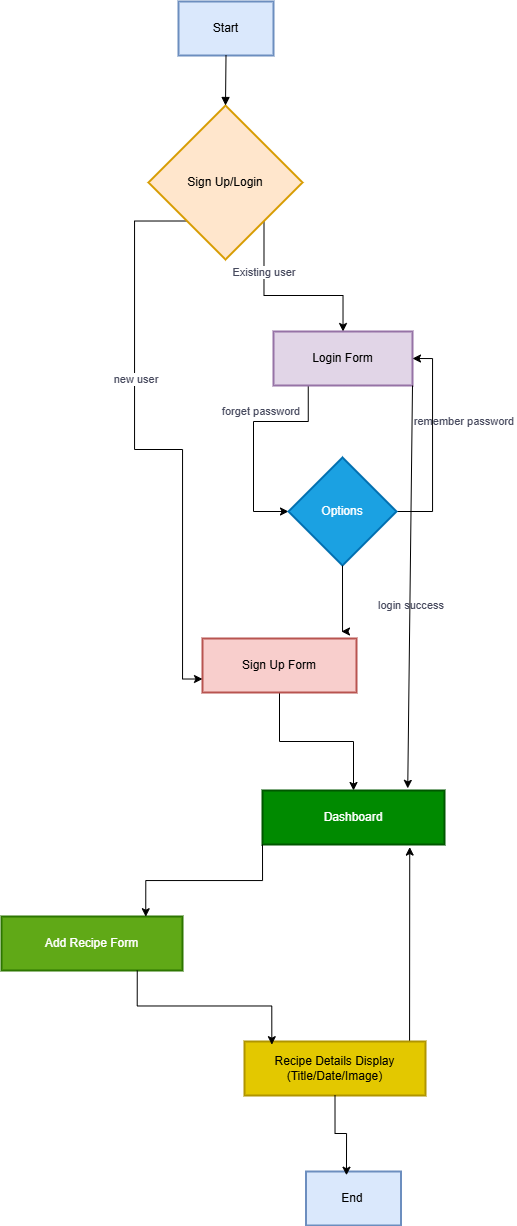
This is Flowchart/Cookipedia.drawio.png from nnnoufff/web-development, a draw.io export, as it was before one commit. Source tidied: cells renumbered, new cells last; positions are measured from the earlier drawing's top-left corner, leaving out a move shared by most shapes.
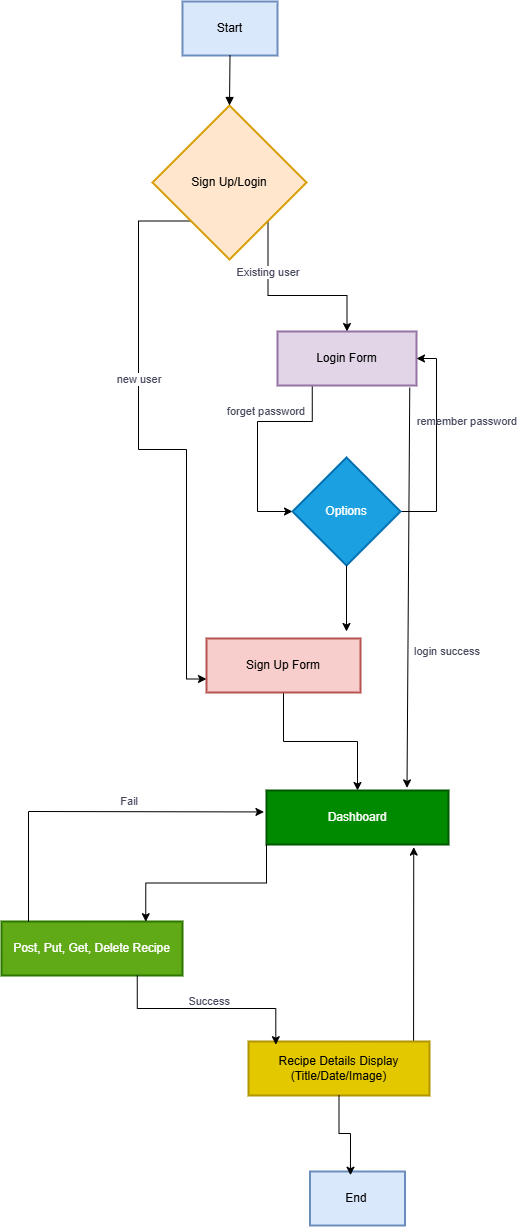
After the change.

The edit, as a diff of the source:
```diff
@@ -58,18 +58,20 @@
     <mxCell id="16" value="Options" style="rhombus;strokeWidth=2;whiteSpace=wrap;labelBackgroundColor=none;fillColor=#1ba1e2;strokeColor=#006EAF;fontColor=#ffffff;" parent="1" vertex="1">
       <mxGeometry x="287" y="456" width="108" height="108" as="geometry" />
     </mxCell>
-    <mxCell id="17" value="Add Recipe Form" style="whiteSpace=wrap;strokeWidth=2;labelBackgroundColor=none;fillColor=#60a917;strokeColor=#2D7600;fontColor=#ffffff;" parent="1" vertex="1">
-      <mxGeometry y="915" width="181" height="54" as="geometry" />
+    <mxCell id="17" value="Post, Put, Get, Delete Recipe" style="whiteSpace=wrap;strokeWidth=2;labelBackgroundColor=none;fillColor=#60a917;strokeColor=#2D7600;fontColor=#ffffff;" parent="1" vertex="1">
+      <mxGeometry x="-4" y="920" width="181" height="54" as="geometry" />
     </mxCell>
     <mxCell id="18" style="curved=1;startArrow=none;endArrow=block;exitX=0.5;exitY=1;entryX=0.5;entryY=0;rounded=0;labelBackgroundColor=none;fontColor=default;" parent="1" edge="1" source="2" target="7">
       <mxGeometry relative="1" as="geometry" />
     </mxCell>
-    <mxCell id="19" style="endArrow=classic;html=1;rounded=0;entryX=0.798;entryY=-0.039;entryDx=0;entryDy=0;entryPerimeter=0;exitX=1;exitY=1;exitDx=0;exitDy=0;labelBackgroundColor=none;fontColor=default;" parent="1" edge="1" source="12" target="13">
-      <mxGeometry relative="1" as="geometry" />
+    <mxCell id="19" style="endArrow=classic;html=1;rounded=0;entryX=0.772;entryY=-0.048;entryDx=0;entryDy=0;entryPerimeter=0;exitX=1;exitY=1;exitDx=0;exitDy=0;labelBackgroundColor=none;fontColor=default;" parent="1" edge="1" target="13">
+      <mxGeometry relative="1" as="geometry">
+        <mxPoint x="404.3" y="386.1" as="sourcePoint" />
+      </mxGeometry>
     </mxCell>
     <mxCell id="20" value="login succ&lt;span style=&quot;background-color: transparent; color: light-dark(rgb(70, 73, 93), rgb(170, 173, 190));&quot;&gt;ess&amp;nbsp;&lt;/span&gt;" style="edgeLabel;html=1;align=center;verticalAlign=middle;labelBackgroundColor=none;fontColor=#46495D;" parent="19" vertex="1">
       <mxGeometry x="0.1" y="2" relative="1" as="geometry">
-        <mxPoint y="-1" as="offset" />
+        <mxPoint x="38" y="44" as="offset" />
       </mxGeometry>
     </mxCell>
     <mxCell id="21" style="endArrow=classic;html=1;rounded=0;entryX=0.809;entryY=1.048;entryDx=0;entryDy=0;entryPerimeter=0;exitX=0.912;exitY=0.004;exitDx=0;exitDy=0;exitPerimeter=0;labelBackgroundColor=none;fontColor=default;" parent="1" edge="1" source="22" target="13">
@@ -98,5 +100,19 @@
     <mxCell id="27" style="edgeStyle=orthogonalEdgeStyle;rounded=0;jettySize=auto;html=1;exitX=0.5;exitY=1;exitDx=0;exitDy=0;entryX=0.426;entryY=0.069;entryDx=0;entryDy=0;entryPerimeter=0;labelBackgroundColor=none;fontColor=default;" parent="1" edge="1" source="22" target="25">
       <mxGeometry relative="1" as="geometry" />
     </mxCell>
+    <mxCell id="28" style="endArrow=classic;html=1;rounded=0;entryX=-0.014;entryY=0.397;entryDx=0;entryDy=0;entryPerimeter=0;" parent="1" edge="1" target="13">
+      <mxGeometry relative="1" as="geometry">
+        <mxPoint x="23" y="920" as="sourcePoint" />
+        <Array as="points">
+          <mxPoint x="23" y="810" />
+        </Array>
+      </mxGeometry>
+    </mxCell>
+    <mxCell id="29" value="&lt;span style=&quot;background-color: transparent; color: light-dark(rgb(70, 73, 93), rgb(170, 173, 190));&quot;&gt;&lt;span style=&quot;white-space: pre;&quot;&gt;&#9;&lt;/span&gt;Fail&lt;/span&gt;&lt;span style=&quot;background-color: transparent; color: light-dark(rgb(70, 73, 93), rgb(170, 173, 190));&quot;&gt;&amp;nbsp;&lt;/span&gt;" style="edgeLabel;html=1;align=center;verticalAlign=middle;labelBackgroundColor=none;fontColor=#46495D;" parent="1" vertex="1">
+      <mxGeometry x="113" y="800" as="geometry" />
+    </mxCell>
+    <mxCell id="30" value="&lt;span style=&quot;background-color: transparent; color: light-dark(rgb(70, 73, 93), rgb(170, 173, 190));&quot;&gt;&lt;span style=&quot;white-space: pre;&quot;&gt;&#9;&lt;/span&gt;Success&lt;/span&gt;&lt;span style=&quot;background-color: transparent; color: light-dark(rgb(70, 73, 93), rgb(170, 173, 190));&quot;&gt;&amp;nbsp;&lt;/span&gt;" style="edgeLabel;html=1;align=center;verticalAlign=middle;labelBackgroundColor=none;fontColor=#46495D;" parent="1" vertex="1">
+      <mxGeometry x="193" y="1000" as="geometry" />
+    </mxCell>
   </root>
 </mxGraphModel>
```
